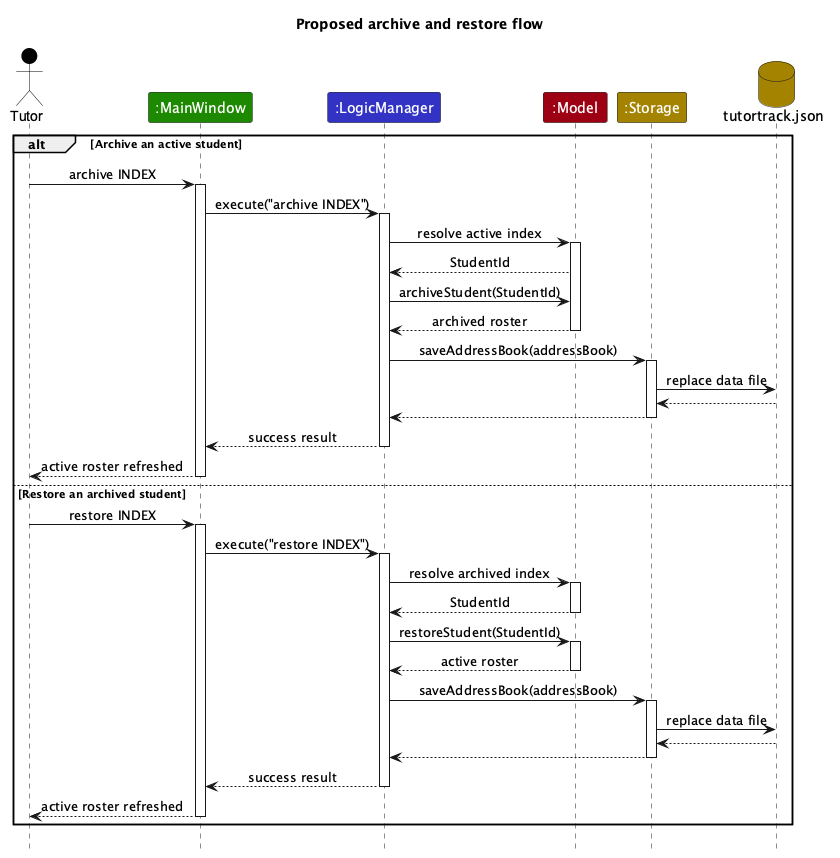
Earlier version of the PlantUML export docs/images/StudentArchivingSequenceDiagram.png (AY2627S1-CS2103T-F09-1/tp).
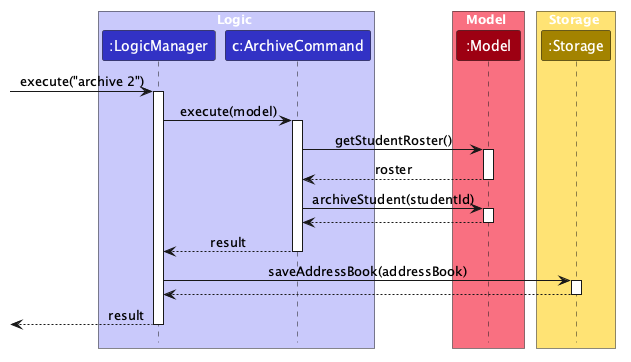
After the commit.

Commit message:
Redraw the proposed student archiving design

Diff of the diagram source:
```diff
@@ -2,58 +2,43 @@
 !include style.puml
 skinparam ArrowFontStyle plain
 
-title Proposed archive and restore flow
+box Logic LOGIC_COLOR_T1
+participant ":LogicManager" as LogicManager LOGIC_COLOR
+participant "c:ArchiveCommand" as ArchiveCommand LOGIC_COLOR
+end box
 
-actor Tutor as tutor USER_COLOR
-participant ":MainWindow" as window UI_COLOR
-participant ":LogicManager" as logic LOGIC_COLOR
-participant ":Model" as model MODEL_COLOR
-participant ":Storage" as storage STORAGE_COLOR
-database "tutortrack.json" as data STORAGE_COLOR
+box Model MODEL_COLOR_T1
+participant ":Model" as Model MODEL_COLOR
+end box
 
-alt Archive an active student
-    tutor -> window : archive INDEX
-    activate window
-    window -> logic : execute("archive INDEX")
-    activate logic
-    logic -> model : resolve active index
-    activate model
-    model --> logic : StudentId
-    logic -> model : archiveStudent(StudentId)
-    model --> logic : archived roster
-    deactivate model
-    logic -> storage : saveAddressBook(addressBook)
-    activate storage
-    storage -> data : replace data file
-    data --> storage
-    storage --> logic
-    deactivate storage
-    logic --> window : success result
-    deactivate logic
-    window --> tutor : active roster refreshed
-    deactivate window
-else Restore an archived student
-    tutor -> window : restore INDEX
-    activate window
-    window -> logic : execute("restore INDEX")
-    activate logic
-    logic -> model : resolve archived index
-    activate model
-    model --> logic : StudentId
-    deactivate model
-    logic -> model : restoreStudent(StudentId)
-    activate model
-    model --> logic : active roster
-    deactivate model
-    logic -> storage : saveAddressBook(addressBook)
-    activate storage
-    storage -> data : replace data file
-    data --> storage
-    storage --> logic
-    deactivate storage
-    logic --> window : success result
-    deactivate logic
-    window --> tutor : active roster refreshed
-    deactivate window
-end
+box Storage STORAGE_COLOR_T1
+participant ":Storage" as Storage STORAGE_COLOR
+end box
+
+[-> LogicManager : execute("archive 2")
+activate LogicManager
+
+LogicManager -> ArchiveCommand : execute(model)
+activate ArchiveCommand
+
+ArchiveCommand -> Model : getStudentRoster()
+activate Model
+Model --> ArchiveCommand : roster
+deactivate Model
+
+ArchiveCommand -> Model : archiveStudent(studentId)
+activate Model
+Model --> ArchiveCommand
+deactivate Model
+
+ArchiveCommand --> LogicManager : result
+deactivate ArchiveCommand
+
+LogicManager -> Storage : saveAddressBook(addressBook)
+activate Storage
+Storage --> LogicManager
+deactivate Storage
+
+[<-- LogicManager : result
+deactivate LogicManager
 @enduml
```
